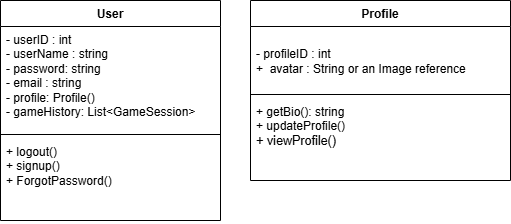
This is docs/diagrams/structure/Class Structure.drawio.png from ankondeadlarx/gitlab, a draw.io export, as it was before one commit. Source tidied: cells renumbered, new cells last; positions are measured from the earlier drawing's top-left corner, leaving out a move shared by most shapes. Its diagram source:
```xml
<mxGraphModel>
  <root>
    <mxCell id="0" />
    <mxCell id="1" parent="0" />
    <mxCell id="2" value="User" style="swimlane;fontStyle=1;align=center;verticalAlign=top;horizontal=1;startSize=26;whiteSpace=wrap;html=1;" parent="1" vertex="1">
      <mxGeometry width="220" height="220" as="geometry" />
    </mxCell>
    <mxCell id="3" value="- userID : int&lt;div&gt;- userName : string&lt;/div&gt;&lt;div&gt;- password: string&lt;/div&gt;&lt;div&gt;- email : string&lt;/div&gt;&lt;div&gt;- profile: Profile()&lt;/div&gt;&lt;div&gt;- gameHistory: List&amp;lt;GameSession&amp;gt;&lt;/div&gt;&lt;div&gt;&lt;br&gt;&lt;/div&gt;" style="text;strokeColor=none;fillColor=none;align=left;verticalAlign=top;spacingLeft=4;spacingRight=4;overflow=hidden;whiteSpace=wrap;html=1;" parent="2" vertex="1">
      <mxGeometry y="26" width="220" height="104" as="geometry" />
    </mxCell>
    <mxCell id="4" style="line;strokeWidth=1;fillColor=none;align=left;verticalAlign=middle;spacingTop=-1;spacingLeft=3;spacingRight=3;labelPosition=right;strokeColor=inherit;" parent="2" vertex="1">
      <mxGeometry y="130" width="220" height="8" as="geometry" />
    </mxCell>
    <mxCell id="5" value="&lt;div&gt;+ logout()&amp;nbsp;&lt;/div&gt;&lt;div&gt;+ signup()&lt;br&gt;&lt;span style=&quot;background-color: transparent; color: light-dark(rgb(0, 0, 0), rgb(255, 255, 255));&quot;&gt;+ ForgotPassword()&lt;/span&gt;&lt;/div&gt;" style="text;strokeColor=none;fillColor=none;align=left;verticalAlign=top;spacingLeft=4;spacingRight=4;overflow=hidden;whiteSpace=wrap;html=1;" parent="2" vertex="1">
      <mxGeometry y="138" width="220" height="82" as="geometry" />
    </mxCell>
    <mxCell id="6" value="Profile" style="swimlane;fontStyle=1;align=center;verticalAlign=top;horizontal=1;startSize=26;whiteSpace=wrap;html=1;" parent="1" vertex="1">
      <mxGeometry x="250" width="260" height="180" as="geometry" />
    </mxCell>
    <mxCell id="7" value="&lt;div&gt;&lt;br&gt;&lt;/div&gt;&lt;div&gt;- profileID : int&amp;nbsp;&lt;/div&gt;&lt;div&gt;+&amp;nbsp; avatar : String or an Image reference&lt;/div&gt;" style="text;strokeColor=none;fillColor=none;align=left;verticalAlign=top;spacingLeft=4;spacingRight=4;overflow=hidden;whiteSpace=wrap;html=1;" parent="6" vertex="1">
      <mxGeometry y="26" width="260" height="64" as="geometry" />
    </mxCell>
    <mxCell id="8" style="line;strokeWidth=1;fillColor=none;align=left;verticalAlign=middle;spacingTop=-1;spacingLeft=3;spacingRight=3;labelPosition=right;strokeColor=inherit;" parent="6" vertex="1">
      <mxGeometry y="90" width="260" height="8" as="geometry" />
    </mxCell>
    <mxCell id="9" value="&lt;div&gt;&lt;font style=&quot;color: rgb(0, 0, 0);&quot;&gt;+ getBio(): string&amp;nbsp;&lt;/font&gt;&lt;/div&gt;&lt;font style=&quot;color: rgb(0, 0, 0);&quot;&gt;+ updateProfile()&amp;nbsp;&lt;/font&gt;&lt;div&gt;&lt;pre style=&quot;font-family: var(--ds-font-family-code); overflow: auto; padding: calc(var(--ds-md-zoom)*8px)calc(var(--ds-md-zoom)*12px); text-wrap-mode: wrap; word-break: break-all; font-size: 12.573px; margin-top: 0px !important; margin-bottom: 0px !important;&quot;&gt;&lt;font&gt;&lt;font style=&quot;color: rgb(0, 0, 0);&quot;&gt;+ viewProfile&lt;/font&gt;&lt;/font&gt;()&lt;/pre&gt;&lt;/div&gt;" style="text;strokeColor=none;fillColor=none;align=left;verticalAlign=top;spacingLeft=4;spacingRight=4;overflow=hidden;whiteSpace=wrap;html=1;" parent="6" vertex="1">
      <mxGeometry y="98" width="260" height="82" as="geometry" />
    </mxCell>
  </root>
</mxGraphModel>
```
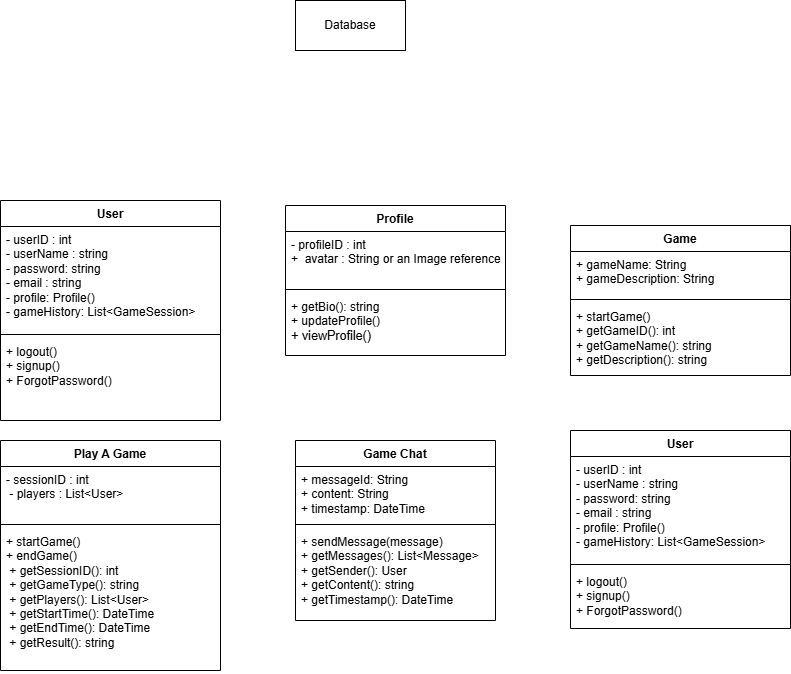
Above is the later version.

Commit message:
Created drafts for structure diagrams

The edit, as a diff of the source:
```diff
@@ -15,16 +15,67 @@
       <mxGeometry y="138" width="220" height="82" as="geometry" />
     </mxCell>
     <mxCell id="6" value="Profile" style="swimlane;fontStyle=1;align=center;verticalAlign=top;horizontal=1;startSize=26;whiteSpace=wrap;html=1;" parent="1" vertex="1">
-      <mxGeometry x="250" width="260" height="180" as="geometry" />
+      <mxGeometry x="285" y="5" width="220" height="150" as="geometry" />
     </mxCell>
-    <mxCell id="7" value="&lt;div&gt;&lt;br&gt;&lt;/div&gt;&lt;div&gt;- profileID : int&amp;nbsp;&lt;/div&gt;&lt;div&gt;+&amp;nbsp; avatar : String or an Image reference&lt;/div&gt;" style="text;strokeColor=none;fillColor=none;align=left;verticalAlign=top;spacingLeft=4;spacingRight=4;overflow=hidden;whiteSpace=wrap;html=1;" parent="6" vertex="1">
-      <mxGeometry y="26" width="260" height="64" as="geometry" />
+    <mxCell id="7" value="&lt;div&gt;&lt;span style=&quot;background-color: transparent; color: light-dark(rgb(0, 0, 0), rgb(255, 255, 255));&quot;&gt;- profileID : int&amp;nbsp;&lt;/span&gt;&lt;/div&gt;&lt;div&gt;+&amp;nbsp; avatar : String or an Image reference&lt;/div&gt;" style="text;strokeColor=none;fillColor=none;align=left;verticalAlign=top;spacingLeft=4;spacingRight=4;overflow=hidden;whiteSpace=wrap;html=1;" parent="6" vertex="1">
+      <mxGeometry y="26" width="220" height="54" as="geometry" />
     </mxCell>
     <mxCell id="8" style="line;strokeWidth=1;fillColor=none;align=left;verticalAlign=middle;spacingTop=-1;spacingLeft=3;spacingRight=3;labelPosition=right;strokeColor=inherit;" parent="6" vertex="1">
-      <mxGeometry y="90" width="260" height="8" as="geometry" />
+      <mxGeometry y="80" width="220" height="8" as="geometry" />
     </mxCell>
     <mxCell id="9" value="&lt;div&gt;&lt;font style=&quot;color: rgb(0, 0, 0);&quot;&gt;+ getBio(): string&amp;nbsp;&lt;/font&gt;&lt;/div&gt;&lt;font style=&quot;color: rgb(0, 0, 0);&quot;&gt;+ updateProfile()&amp;nbsp;&lt;/font&gt;&lt;div&gt;&lt;pre style=&quot;font-family: var(--ds-font-family-code); overflow: auto; padding: calc(var(--ds-md-zoom)*8px)calc(var(--ds-md-zoom)*12px); text-wrap-mode: wrap; word-break: break-all; font-size: 12.573px; margin-top: 0px !important; margin-bottom: 0px !important;&quot;&gt;&lt;font&gt;&lt;font style=&quot;color: rgb(0, 0, 0);&quot;&gt;+ viewProfile&lt;/font&gt;&lt;/font&gt;()&lt;/pre&gt;&lt;/div&gt;" style="text;strokeColor=none;fillColor=none;align=left;verticalAlign=top;spacingLeft=4;spacingRight=4;overflow=hidden;whiteSpace=wrap;html=1;" parent="6" vertex="1">
-      <mxGeometry y="98" width="260" height="82" as="geometry" />
+      <mxGeometry y="88" width="220" height="62" as="geometry" />
     </mxCell>
+    <mxCell id="10" value="Database" style="html=1;whiteSpace=wrap;" parent="1" vertex="1">
+      <mxGeometry x="295" y="-200" width="110" height="50" as="geometry" />
+    </mxCell>
+    <mxCell id="11" value="Game" style="swimlane;fontStyle=1;align=center;verticalAlign=top;horizontal=1;startSize=26;whiteSpace=wrap;html=1;" parent="1" vertex="1">
+      <mxGeometry x="570" y="25" width="220" height="150" as="geometry" />
+    </mxCell>
+    <mxCell id="12" value="&lt;div&gt;&lt;span style=&quot;background-color: transparent; color: light-dark(rgb(0, 0, 0), rgb(255, 255, 255));&quot;&gt;+ gameName: String&amp;nbsp;&lt;/span&gt;&lt;/div&gt;&lt;div&gt;+ gameDescription: String&amp;nbsp;&lt;/div&gt;" style="text;strokeColor=none;fillColor=none;align=left;verticalAlign=top;spacingLeft=4;spacingRight=4;overflow=hidden;whiteSpace=wrap;html=1;" parent="11" vertex="1">
+      <mxGeometry y="26" width="220" height="44" as="geometry" />
+    </mxCell>
+    <mxCell id="13" style="line;strokeWidth=1;fillColor=none;align=left;verticalAlign=middle;spacingTop=-1;spacingLeft=3;spacingRight=3;labelPosition=right;strokeColor=inherit;" parent="11" vertex="1">
+      <mxGeometry y="70" width="220" height="8" as="geometry" />
+    </mxCell>
+    <mxCell id="14" value="&lt;div&gt;&lt;font style=&quot;color: rgb(0, 0, 0);&quot;&gt;+ startGame()&lt;/font&gt;&lt;/div&gt;&lt;div&gt;&lt;font style=&quot;color: rgb(0, 0, 0);&quot;&gt;+ getGameID(): int&amp;nbsp;&lt;/font&gt;&lt;/div&gt;&lt;div&gt;&lt;font style=&quot;color: rgb(0, 0, 0);&quot;&gt;+ getGameName(): string&amp;nbsp;&lt;/font&gt;&lt;/div&gt;&lt;div&gt;&lt;font style=&quot;color: rgb(0, 0, 0);&quot;&gt;+ getDescription(): string&lt;/font&gt;&lt;/div&gt;" style="text;strokeColor=none;fillColor=none;align=left;verticalAlign=top;spacingLeft=4;spacingRight=4;overflow=hidden;whiteSpace=wrap;html=1;" parent="11" vertex="1">
+      <mxGeometry y="78" width="220" height="72" as="geometry" />
+    </mxCell>
+    <mxCell id="15" value="Play A Game" style="swimlane;fontStyle=1;align=center;verticalAlign=top;horizontal=1;startSize=26;whiteSpace=wrap;html=1;" parent="1" vertex="1">
+      <mxGeometry y="240" width="220" height="230" as="geometry" />
+    </mxCell>
+    <mxCell id="16" value="- sessionID : int&amp;nbsp;&lt;div&gt;&amp;nbsp;- players : List&amp;lt;User&amp;gt;&lt;br&gt;&lt;div&gt;&lt;br&gt;&lt;/div&gt;&lt;/div&gt;" style="text;strokeColor=none;fillColor=none;align=left;verticalAlign=top;spacingLeft=4;spacingRight=4;overflow=hidden;whiteSpace=wrap;html=1;" parent="15" vertex="1">
+      <mxGeometry y="26" width="220" height="54" as="geometry" />
+    </mxCell>
+    <mxCell id="17" style="line;strokeWidth=1;fillColor=none;align=left;verticalAlign=middle;spacingTop=-1;spacingLeft=3;spacingRight=3;labelPosition=right;strokeColor=inherit;" parent="15" vertex="1">
+      <mxGeometry y="80" width="220" height="8" as="geometry" />
+    </mxCell>
+    <mxCell id="18" value="+ startGame()&amp;nbsp;&lt;div&gt;+ endGame()&amp;nbsp;&lt;/div&gt;&lt;div&gt;&amp;nbsp;+ getSessionID(): int&amp;nbsp;&lt;/div&gt;&lt;div&gt;&amp;nbsp;+ getGameType(): string&amp;nbsp;&lt;/div&gt;&lt;div&gt;&amp;nbsp;+ getPlayers(): List&amp;lt;User&amp;gt;&amp;nbsp;&lt;/div&gt;&lt;div&gt;&amp;nbsp;+ getStartTime(): DateTime&amp;nbsp;&lt;/div&gt;&lt;div&gt;&amp;nbsp;+ getEndTime(): DateTime&amp;nbsp;&lt;/div&gt;&lt;div&gt;&amp;nbsp;+ getResult(): string&amp;nbsp;&lt;/div&gt;" style="text;strokeColor=none;fillColor=none;align=left;verticalAlign=top;spacingLeft=4;spacingRight=4;overflow=hidden;whiteSpace=wrap;html=1;" parent="15" vertex="1">
+      <mxGeometry y="88" width="220" height="142" as="geometry" />
+    </mxCell>
+    <mxCell id="19" value="Game Chat" style="swimlane;fontStyle=1;align=center;verticalAlign=top;horizontal=1;startSize=26;whiteSpace=wrap;html=1;" parent="1" vertex="1">
+      <mxGeometry x="295" y="240" width="200" height="180" as="geometry" />
+    </mxCell>
+    <mxCell id="20" value="+ messageId: String&amp;nbsp;&lt;div&gt;+ content: String&amp;nbsp;&lt;/div&gt;&lt;div&gt;+ timestamp: DateTime&amp;nbsp;&lt;/div&gt;" style="text;strokeColor=none;fillColor=none;align=left;verticalAlign=top;spacingLeft=4;spacingRight=4;overflow=hidden;whiteSpace=wrap;html=1;" parent="19" vertex="1">
+      <mxGeometry y="26" width="200" height="54" as="geometry" />
+    </mxCell>
+    <mxCell id="21" style="line;strokeWidth=1;fillColor=none;align=left;verticalAlign=middle;spacingTop=-1;spacingLeft=3;spacingRight=3;labelPosition=right;strokeColor=inherit;" parent="19" vertex="1">
+      <mxGeometry y="80" width="200" height="8" as="geometry" />
+    </mxCell>
+    <mxCell id="22" value="+ sendMessage(message)&lt;br/&gt;    + getMessages(): List&amp;lt;Message&amp;gt;&lt;div&gt;+ getSender(): User&lt;br/&gt;    + getContent(): string&lt;br/&gt;    + getTimestamp(): DateTime&lt;/div&gt;" style="text;strokeColor=none;fillColor=none;align=left;verticalAlign=top;spacingLeft=4;spacingRight=4;overflow=hidden;whiteSpace=wrap;html=1;" parent="19" vertex="1">
+      <mxGeometry y="88" width="200" height="92" as="geometry" />
+    </mxCell>
+    <mxCell id="23" value="User" style="swimlane;fontStyle=1;align=center;verticalAlign=top;horizontal=1;startSize=26;whiteSpace=wrap;html=1;" parent="1" vertex="1">
+      <mxGeometry x="570" y="230" width="220" height="198" as="geometry" />
+    </mxCell>
+    <mxCell id="24" value="- userID : int&lt;div&gt;- userName : string&lt;/div&gt;&lt;div&gt;- password: string&lt;/div&gt;&lt;div&gt;- email : string&lt;/div&gt;&lt;div&gt;- profile: Profile()&lt;/div&gt;&lt;div&gt;- gameHistory: List&amp;lt;GameSession&amp;gt;&lt;/div&gt;&lt;div&gt;&lt;br&gt;&lt;/div&gt;" style="text;strokeColor=none;fillColor=none;align=left;verticalAlign=top;spacingLeft=4;spacingRight=4;overflow=hidden;whiteSpace=wrap;html=1;" parent="23" vertex="1">
+      <mxGeometry y="26" width="220" height="104" as="geometry" />
+    </mxCell>
+    <mxCell id="25" style="line;strokeWidth=1;fillColor=none;align=left;verticalAlign=middle;spacingTop=-1;spacingLeft=3;spacingRight=3;labelPosition=right;strokeColor=inherit;" parent="23" vertex="1">
+      <mxGeometry y="130" width="220" height="8" as="geometry" />
+    </mxCell>
+    <mxCell id="26" value="&lt;div&gt;+ logout()&amp;nbsp;&lt;/div&gt;&lt;div&gt;+ signup()&lt;br&gt;&lt;span style=&quot;background-color: transparent; color: light-dark(rgb(0, 0, 0), rgb(255, 255, 255));&quot;&gt;+ ForgotPassword()&lt;/span&gt;&lt;/div&gt;" style="text;strokeColor=none;fillColor=none;align=left;verticalAlign=top;spacingLeft=4;spacingRight=4;overflow=hidden;whiteSpace=wrap;html=1;" parent="23" vertex="1">
+      <mxGeometry y="138" width="220" height="60" as="geometry" />
+    </mxCell>
   </root>
 </mxGraphModel>
```
